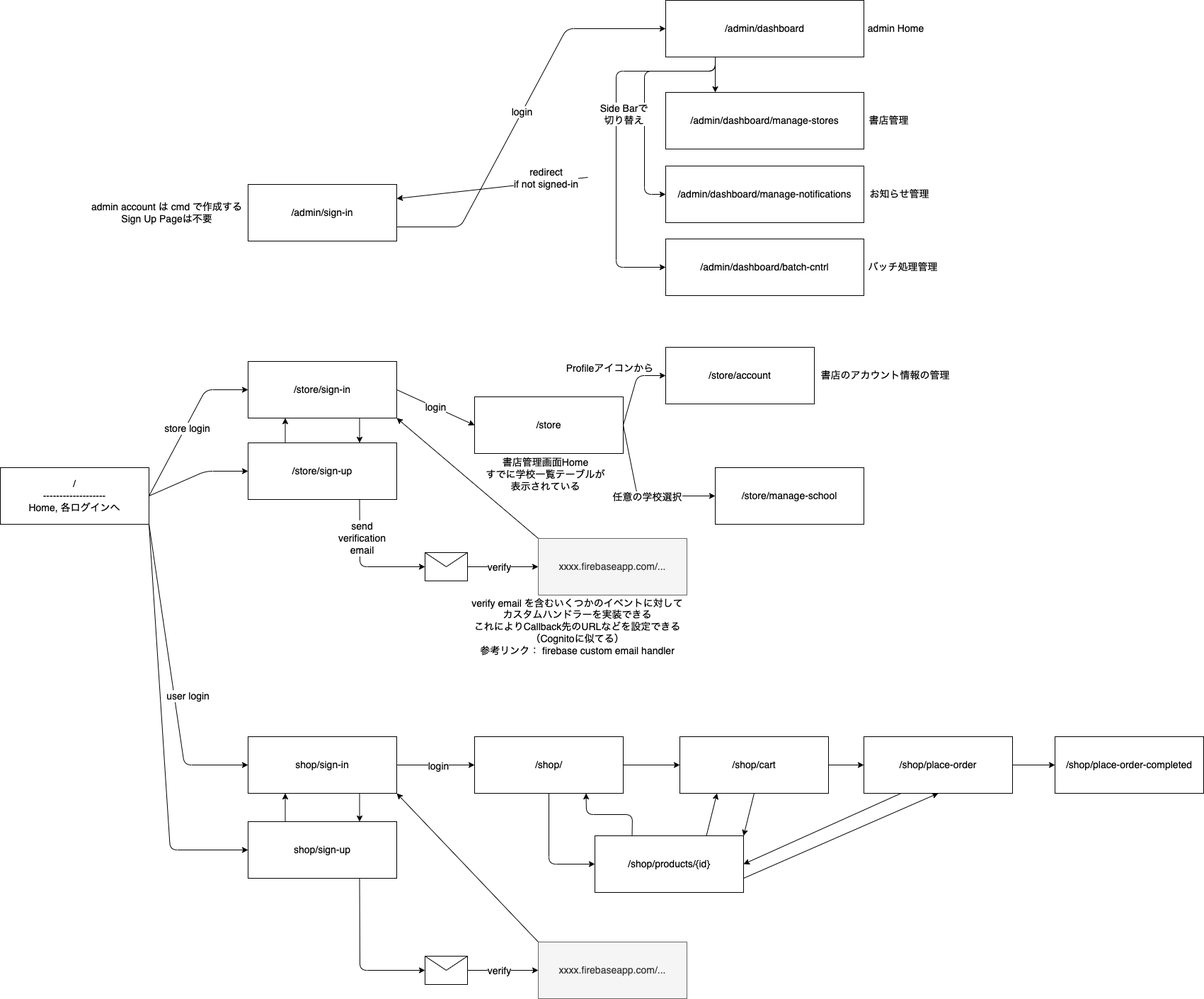
Above: docs/sitemap.png in sota0121/ec-sample (draw.io), before the change. Source tidied: cells renumbered, new cells last; positions are measured from the earlier drawing's top-left corner, leaving out a move shared by most shapes.
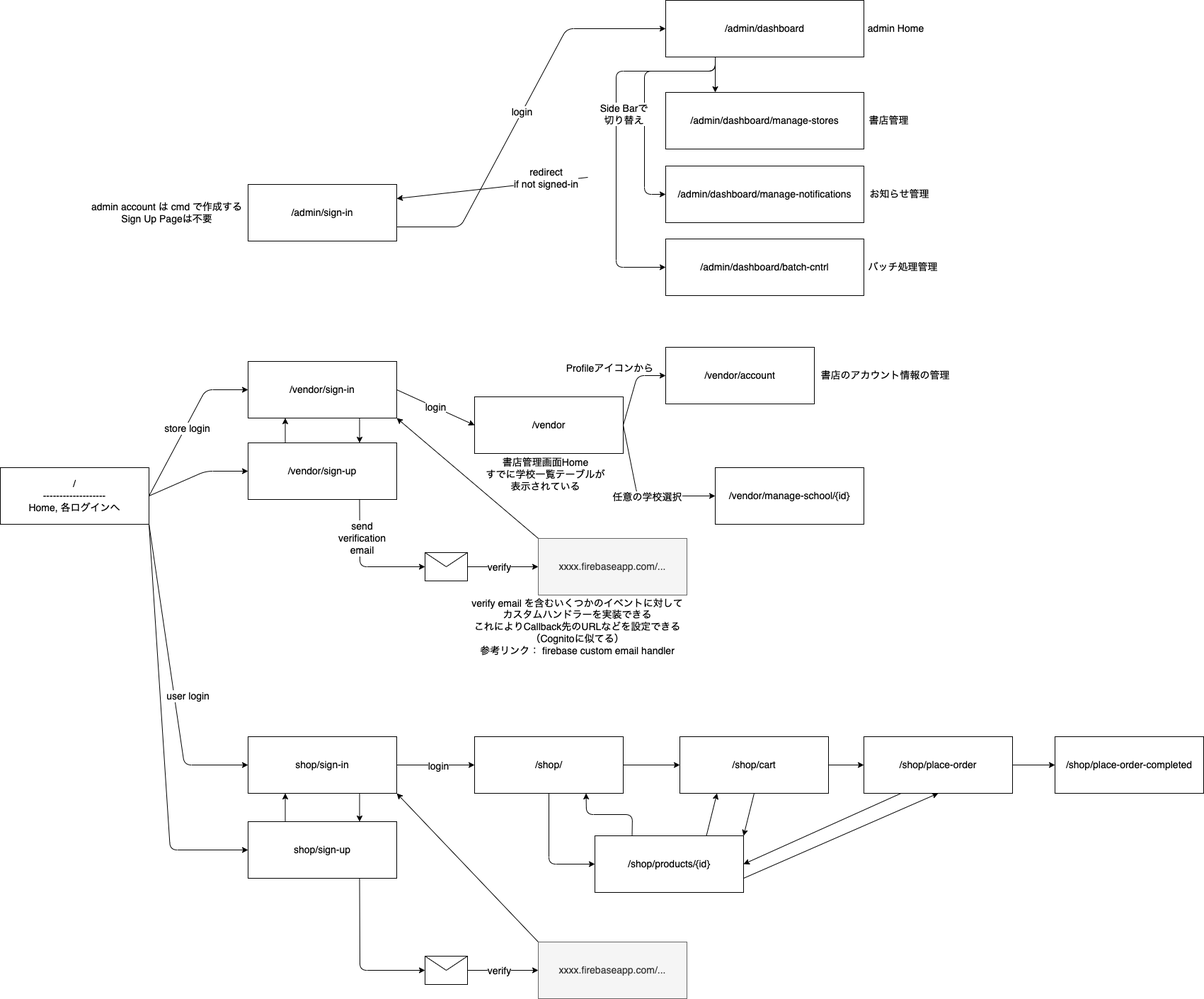
After the commit.

Commit message:
add vendor pages / update sitemap / add empty components drawio

The edit, as a diff of the source:
```diff
@@ -11,7 +11,7 @@
     <mxCell id="4" value="login" style="edgeLabel;html=1;align=center;verticalAlign=middle;fontSize=14;" parent="3" vertex="1">
       <mxGeometry x="-0.01" relative="1" as="geometry" />
     </mxCell>
-    <mxCell id="5" value="/store/sign-in" style="rounded=0;whiteSpace=wrap;html=1;fontSize=14;" parent="1" vertex="1">
+    <mxCell id="5" value="/vendor/sign-in" style="rounded=0;whiteSpace=wrap;html=1;fontSize=14;" parent="1" vertex="1">
       <mxGeometry x="350" y="510" width="210" height="80" as="geometry" />
     </mxCell>
     <mxCell id="6" style="edgeStyle=none;html=1;exitX=0.25;exitY=0;exitDx=0;exitDy=0;entryX=0.25;entryY=1;entryDx=0;entryDy=0;fontSize=14;" parent="1" edge="1" source="9" target="5">
@@ -29,7 +29,7 @@
         <mxPoint y="10" as="offset" />
       </mxGeometry>
     </mxCell>
-    <mxCell id="9" value="/store/sign-up" style="rounded=0;whiteSpace=wrap;html=1;fontSize=14;" parent="1" vertex="1">
+    <mxCell id="9" value="/vendor/sign-up" style="rounded=0;whiteSpace=wrap;html=1;fontSize=14;" parent="1" vertex="1">
       <mxGeometry x="350" y="625" width="210" height="80" as="geometry" />
     </mxCell>
     <mxCell id="10" style="edgeStyle=none;html=1;exitX=0.75;exitY=1;exitDx=0;exitDy=0;entryX=0.75;entryY=0;entryDx=0;entryDy=0;fontSize=14;" parent="1" edge="1" source="13" target="16">
@@ -205,10 +205,10 @@
     <mxCell id="47" value="任意の学校選択" style="edgeLabel;html=1;align=center;verticalAlign=middle;fontSize=14;" parent="46" vertex="1">
       <mxGeometry x="0.08" y="-1" relative="1" as="geometry" />
     </mxCell>
-    <mxCell id="48" value="/store" style="rounded=0;whiteSpace=wrap;html=1;fontSize=14;" parent="1" vertex="1">
+    <mxCell id="48" value="/vendor" style="rounded=0;whiteSpace=wrap;html=1;fontSize=14;" parent="1" vertex="1">
       <mxGeometry x="670" y="560" width="210" height="80" as="geometry" />
     </mxCell>
-    <mxCell id="49" value="/store/account" style="rounded=0;whiteSpace=wrap;html=1;fontSize=14;" parent="1" vertex="1">
+    <mxCell id="49" value="/vendor/account" style="rounded=0;whiteSpace=wrap;html=1;fontSize=14;" parent="1" vertex="1">
       <mxGeometry x="940" y="490" width="210" height="80" as="geometry" />
     </mxCell>
     <mxCell id="50" value="書店管理画面Home&lt;br&gt;すでに学校一覧テーブルが&lt;br&gt;表示されている" style="text;html=1;align=center;verticalAlign=middle;strokeColor=none;fillColor=none;fontSize=14;" parent="1" vertex="1">
@@ -217,7 +217,7 @@
     <mxCell id="51" value="書店のアカウント情報の管理" style="text;html=1;align=center;verticalAlign=middle;strokeColor=none;fillColor=none;fontSize=14;" parent="1" vertex="1">
       <mxGeometry x="1150" y="520" width="200" height="20" as="geometry" />
     </mxCell>
-    <mxCell id="52" value="/store/manage-school" style="rounded=0;whiteSpace=wrap;html=1;fontSize=14;" parent="1" vertex="1">
+    <mxCell id="52" value="/vendor/manage-school/{id}" style="rounded=0;whiteSpace=wrap;html=1;fontSize=14;" parent="1" vertex="1">
       <mxGeometry x="1010" y="660" width="210" height="80" as="geometry" />
     </mxCell>
     <mxCell id="53" style="edgeStyle=none;html=1;exitX=1;exitY=0.5;exitDx=0;exitDy=0;entryX=0;entryY=0.5;entryDx=0;entryDy=0;fontSize=14;" parent="1" edge="1" source="55" target="58">
```
